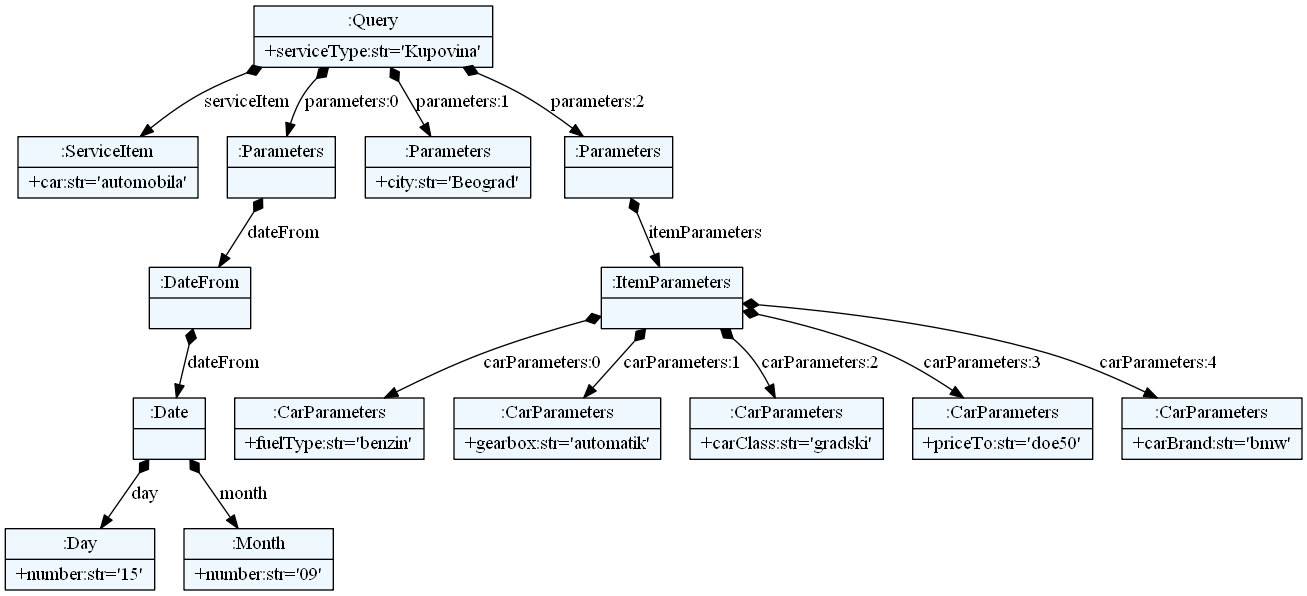
ftnE2-tim1-2016-17/jsd keeps this Graphviz diagram as textXGrammar/test.png. Above is the earlier version. Its source is kept beside it as textXGrammar/test.dot.
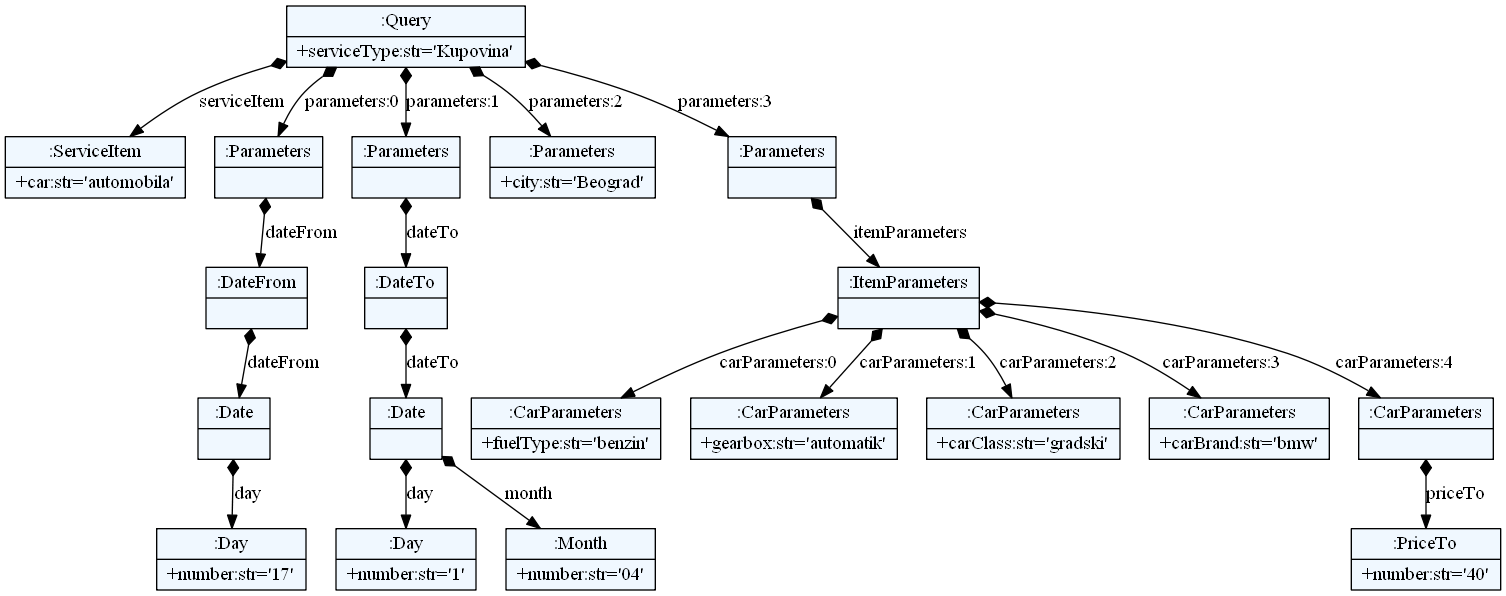
Above is the later version.

Change to the diagram source:
```diff
@@ -10,34 +10,44 @@
     edge[dir=black,arrowtail=empty]
 
 
-61929616 -> 61906320 [label="serviceItem" arrowtail=diamond dir=both]
-61906320[label="{:ServiceItem|+car:str='automobila'\l}"]
-61929616 -> 61905264 [label="parameters:0" arrowtail=diamond dir=both]
-61905264 -> 61906640 [label="dateFrom" arrowtail=diamond dir=both]
-61906640 -> 61942096 [label="dateFrom" arrowtail=diamond dir=both]
-61942096 -> 61942192 [label="day" arrowtail=diamond dir=both]
-61942192[label="{:Day|+number:str='15'\l}"]
-61942096 -> 61942320 [label="month" arrowtail=diamond dir=both]
-61942320[label="{:Month|+number:str='09'\l}"]
-61942096[label="{:Date|}"]
-61906640[label="{:DateFrom|}"]
-61905264[label="{:Parameters|}"]
-61929616 -> 61906736 [label="parameters:1" arrowtail=diamond dir=both]
-61906736[label="{:Parameters|+city:str='Beograd'\l}"]
-61929616 -> 61903248 [label="parameters:2" arrowtail=diamond dir=both]
-61903248 -> 61940464 [label="itemParameters" arrowtail=diamond dir=both]
-61940464 -> 61942352 [label="carParameters:0" arrowtail=diamond dir=both]
-61942352[label="{:CarParameters|+fuelType:str='benzin'\l}"]
-61940464 -> 61942384 [label="carParameters:1" arrowtail=diamond dir=both]
-61942384[label="{:CarParameters|+gearbox:str='automatik'\l}"]
-61940464 -> 61942416 [label="carParameters:2" arrowtail=diamond dir=both]
-61942416[label="{:CarParameters|+carClass:str='gradski'\l}"]
-61940464 -> 61942448 [label="carParameters:3" arrowtail=diamond dir=both]
-61942448[label="{:CarParameters|+priceTo:str='doe50'\l}"]
-61940464 -> 61942480 [label="carParameters:4" arrowtail=diamond dir=both]
-61942480[label="{:CarParameters|+carBrand:str='bmw'\l}"]
-61940464[label="{:ItemParameters|}"]
-61903248[label="{:Parameters|}"]
-61929616[label="{:Query|+serviceType:str='Kupovina'\l}"]
+64002928 -> 65067104 [label="serviceItem" arrowtail=diamond dir=both]
+65067104[label="{:ServiceItem|+car:str='automobila'\l}"]
+64002928 -> 65066264 [label="parameters:0" arrowtail=diamond dir=both]
+65066264 -> 65068056 [label="dateFrom" arrowtail=diamond dir=both]
+65068056 -> 65065816 [label="dateFrom" arrowtail=diamond dir=both]
+65065816 -> 65067216 [label="day" arrowtail=diamond dir=both]
+65067216[label="{:Day|+number:str='17'\l}"]
+65065816[label="{:Date|}"]
+65068056[label="{:DateFrom|}"]
+65066264[label="{:Parameters|}"]
+64002928 -> 65068336 [label="parameters:1" arrowtail=diamond dir=both]
+65068336 -> 65065648 [label="dateTo" arrowtail=diamond dir=both]
+65065648 -> 65066488 [label="dateTo" arrowtail=diamond dir=both]
+65066488 -> 65065424 [label="day" arrowtail=diamond dir=both]
+65065424[label="{:Day|+number:str='1'\l}"]
+65066488 -> 65065704 [label="month" arrowtail=diamond dir=both]
+65065704[label="{:Month|+number:str='04'\l}"]
+65066488[label="{:Date|}"]
+65065648[label="{:DateTo|}"]
+65068336[label="{:Parameters|}"]
+64002928 -> 65067272 [label="parameters:2" arrowtail=diamond dir=both]
+65067272[label="{:Parameters|+city:str='Beograd'\l}"]
+64002928 -> 65065256 [label="parameters:3" arrowtail=diamond dir=both]
+65065256 -> 65066040 [label="itemParameters" arrowtail=diamond dir=both]
+65066040 -> 65066544 [label="carParameters:0" arrowtail=diamond dir=both]
+65066544[label="{:CarParameters|+fuelType:str='benzin'\l}"]
+65066040 -> 65067384 [label="carParameters:1" arrowtail=diamond dir=both]
+65067384[label="{:CarParameters|+gearbox:str='automatik'\l}"]
+65066040 -> 65187400 [label="carParameters:2" arrowtail=diamond dir=both]
+65187400[label="{:CarParameters|+carClass:str='gradski'\l}"]
+65066040 -> 65187176 [label="carParameters:3" arrowtail=diamond dir=both]
+65187176[label="{:CarParameters|+carBrand:str='bmw'\l}"]
+65066040 -> 65187008 [label="carParameters:4" arrowtail=diamond dir=both]
+65187008 -> 65187568 [label="priceTo" arrowtail=diamond dir=both]
+65187568[label="{:PriceTo|+number:str='40'\l}"]
+65187008[label="{:CarParameters|}"]
+65066040[label="{:ItemParameters|}"]
+65065256[label="{:Parameters|}"]
+64002928[label="{:Query|+serviceType:str='Kupovina'\l}"]
 
 }
```
